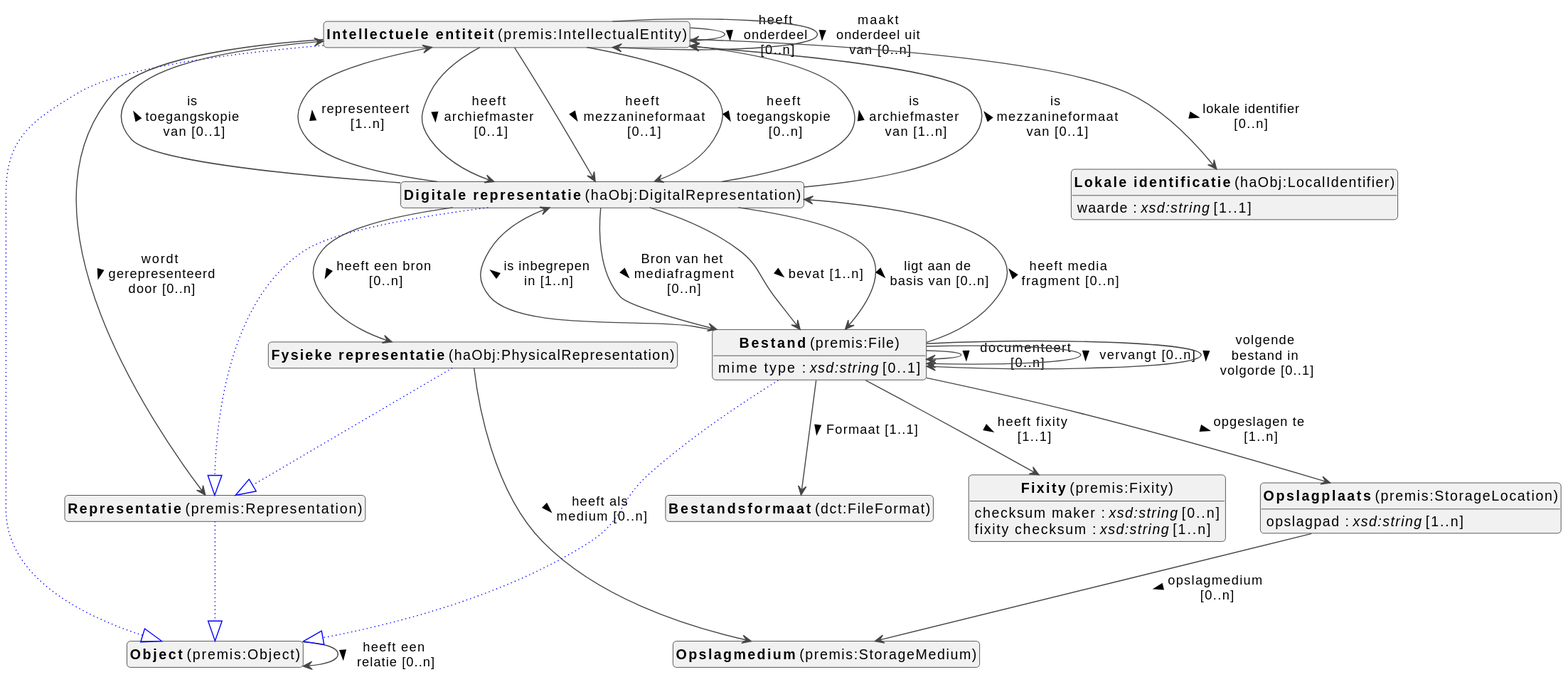
Before: docs/metadata/modellen/0.0.1/object/nl/object-diagram.svg, a diagram exported from PlantUML (viaacode/documentation-jekyll). The source it was exported from:
```plantuml
@startuml
!theme vibrant
skinparam classFontSize 14
!define LIGHTORANGE
skinparam componentStyle uml2
skinparam wrapMessageWidth 100
skinparam shadowing false
skinparam ArrowMessageAlignment left


class "<b>Object</b> (premis:Object)" as premis_Object [[#premis%3AObject]]
class "<b>Intellectuele entiteit</b> (premis:IntellectualEntity)" as premis_IntellectualEntity [[#premis%3AIntellectualEntity]]
class "<b>Object</b> (premis:Object)" as premis_Object [[#premis%3AObject]]
class "<b>Fysieke representatie</b> (haObj:PhysicalRepresentation)" as haObj_PhysicalRepresentation [[#haObj%3APhysicalRepresentation]]
class "<b>Representatie</b> (premis:Representation)" as premis_Representation [[#premis%3ARepresentation]]
class "<b>Digitale representatie</b> (haObj:DigitalRepresentation)" as haObj_DigitalRepresentation [[#haObj%3ADigitalRepresentation]]
class "<b>Representatie</b> (premis:Representation)" as premis_Representation [[#premis%3ARepresentation]]
class "<b>Bestand</b> (premis:File)" as premis_File [[#premis%3AFile]]
class "<b>Object</b> (premis:Object)" as premis_Object [[#premis%3AObject]]
class "<b>Fixity</b> (premis:Fixity)" as premis_Fixity [[#premis%3AFixity]]
class "<b>Opslagplaats</b> (premis:StorageLocation)" as premis_StorageLocation [[#premis%3AStorageLocation]]
class "<b>Lokale identificatie</b> (haObj:LocalIdentifier)" as haObj_LocalIdentifier [[#haObj%3ALocalIdentifier]]
class "<b>Opslagmedium</b> (premis:StorageMedium)" as premis_StorageMedium [[#premis%3AStorageMedium]]
class "<b>Representatie</b> (premis:Representation)" as premis_Representation [[#premis%3ARepresentation]]
class "<b>Object</b> (premis:Object)" as premis_Object [[#premis%3AObject]]
class "<b>Bestandsformaat</b> (dct:FileFormat)" as dct_FileFormat [[#dct%3AFileFormat]]



premis_Object --> premis_Object : heeft een relatie [0..n] >

premis_IntellectualEntity --|> premis_Object #blue;line.dotted;text:blue


premis_IntellectualEntity --> haObj_DigitalRepresentation : heeft archiefmaster [0..1] >

premis_IntellectualEntity --> haObj_DigitalRepresentation : heeft mezzanineformaat [0..1] >

premis_IntellectualEntity --> premis_IntellectualEntity : heeft onderdeel [0..n] >

premis_IntellectualEntity --> haObj_DigitalRepresentation : heeft toegangskopie [0..n] >

premis_IntellectualEntity --> haObj_LocalIdentifier : lokale identifier [0..n] >

premis_IntellectualEntity --> premis_IntellectualEntity : maakt onderdeel uit van [0..n] >

premis_IntellectualEntity --> premis_Representation : wordt gerepresenteerd door [0..n] >

haObj_PhysicalRepresentation --|> premis_Representation #blue;line.dotted;text:blue


haObj_PhysicalRepresentation --> premis_StorageMedium : heeft als medium [0..n] >

haObj_DigitalRepresentation --|> premis_Representation #blue;line.dotted;text:blue


haObj_DigitalRepresentation --> premis_File : Bron van het mediafragment [0..n] >

haObj_DigitalRepresentation --> premis_File : bevat [1..n] >

haObj_DigitalRepresentation --> haObj_PhysicalRepresentation : heeft een bron [0..n] >

haObj_DigitalRepresentation --> premis_IntellectualEntity : is archiefmaster van [1..n] >

haObj_DigitalRepresentation --> premis_IntellectualEntity : is mezzanineformaat van [0..1] >

haObj_DigitalRepresentation --> premis_IntellectualEntity : is toegangskopie van [0..1] >

haObj_DigitalRepresentation --> premis_File : ligt aan de basis van [0..n] >

haObj_DigitalRepresentation --> premis_IntellectualEntity : representeert [1..n] >

premis_File --|> premis_Object #blue;line.dotted;text:blue


premis_File --> dct_FileFormat : Formaat [1..1] >

premis_File --> premis_File : documenteert [0..n] >

premis_File --> premis_Fixity : heeft fixity [1..1] >

premis_File --> haObj_DigitalRepresentation : heeft media fragment [0..n] >

premis_File --> haObj_DigitalRepresentation : is inbegrepen in [1..n] >
premis_File : mime type : <i>xsd:string</i> [0..1]


premis_File --> premis_StorageLocation : opgeslagen te [1..n] >

premis_File --> premis_File : vervangt [0..n] >

premis_File --> premis_File : volgende bestand in volgorde [0..1] >


premis_Fixity : checksum maker : <i>xsd:string</i> [0..n]

premis_Fixity : fixity checksum : <i>xsd:string</i> [1..n]




premis_StorageLocation --> premis_StorageMedium : opslagmedium [0..n] >
premis_StorageLocation : opslagpad : <i>xsd:string</i> [1..n]



haObj_LocalIdentifier : waarde : <i>xsd:string</i> [1..1]




premis_Representation --|> premis_Object #blue;line.dotted;text:blue





hide circle
hide methods
hide empty members
@enduml
```
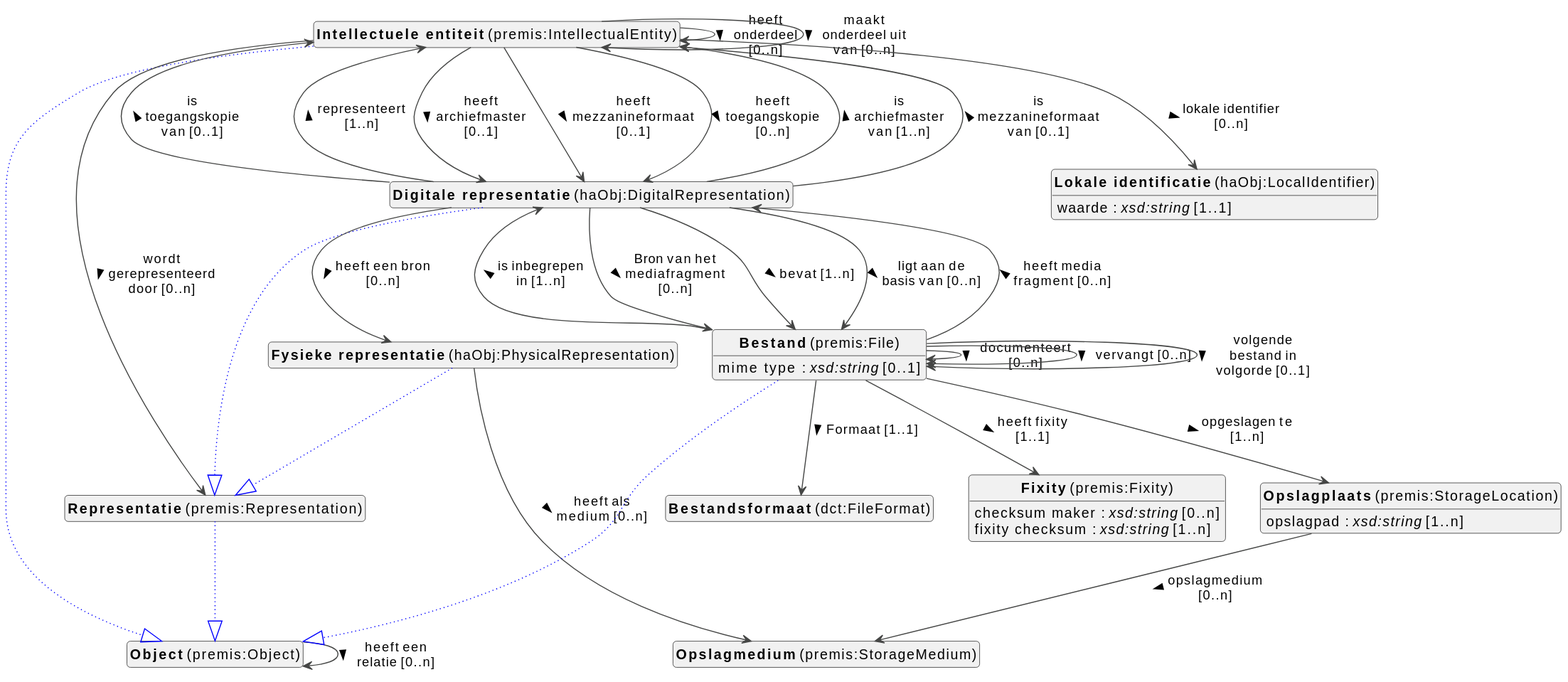
Later version of the same file.

Change to the diagram source:
```diff
@@ -20,10 +20,10 @@
 class "<b>Fixity</b> (premis:Fixity)" as premis_Fixity [[#premis%3AFixity]]
 class "<b>Opslagplaats</b> (premis:StorageLocation)" as premis_StorageLocation [[#premis%3AStorageLocation]]
 class "<b>Lokale identificatie</b> (haObj:LocalIdentifier)" as haObj_LocalIdentifier [[#haObj%3ALocalIdentifier]]
+class "<b>Bestandsformaat</b> (dct:FileFormat)" as dct_FileFormat [[#dct%3AFileFormat]]
 class "<b>Opslagmedium</b> (premis:StorageMedium)" as premis_StorageMedium [[#premis%3AStorageMedium]]
 class "<b>Representatie</b> (premis:Representation)" as premis_Representation [[#premis%3ARepresentation]]
 class "<b>Object</b> (premis:Object)" as premis_Object [[#premis%3AObject]]
-class "<b>Bestandsformaat</b> (dct:FileFormat)" as dct_FileFormat [[#dct%3AFileFormat]]
 
 
 
@@ -109,9 +109,9 @@
 
 
 
-premis_Representation --|> premis_Object #blue;line.dotted;text:blue
 
 
+premis_Representation --|> premis_Object #blue;line.dotted;text:blue
 
 
 
```
